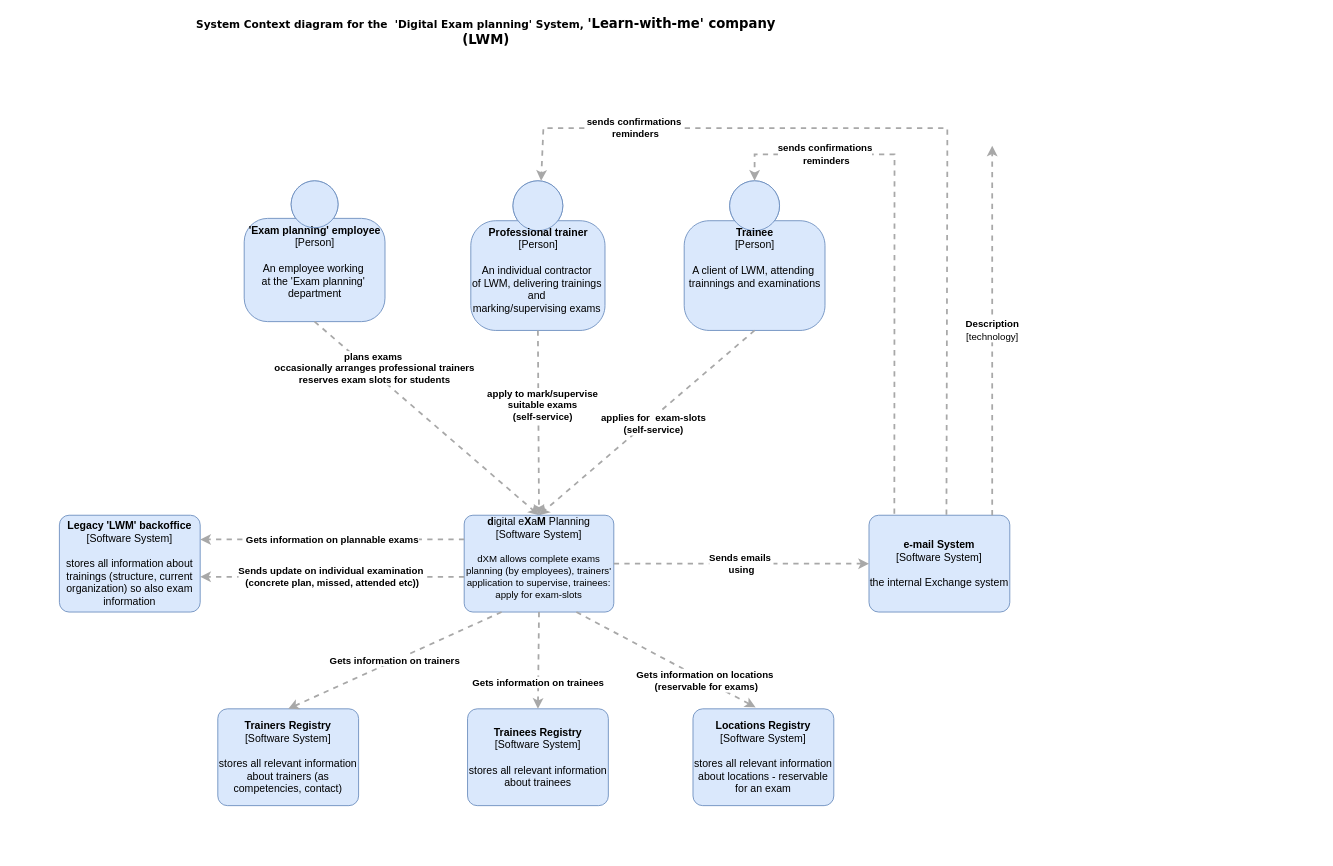
The draw.io diagram system-context-diagram-dxm.drawio in andreea-anastasescu/school-of-architecture, before the edit. Source tidied: cells renumbered, new cells numbered last; positions are measured from the earlier drawing's top-left corner, leaving out a move shared by most shapes. Both pictures are drawn from the tidied source at 88%, with x=0, y=0 at pixel (59, 22).
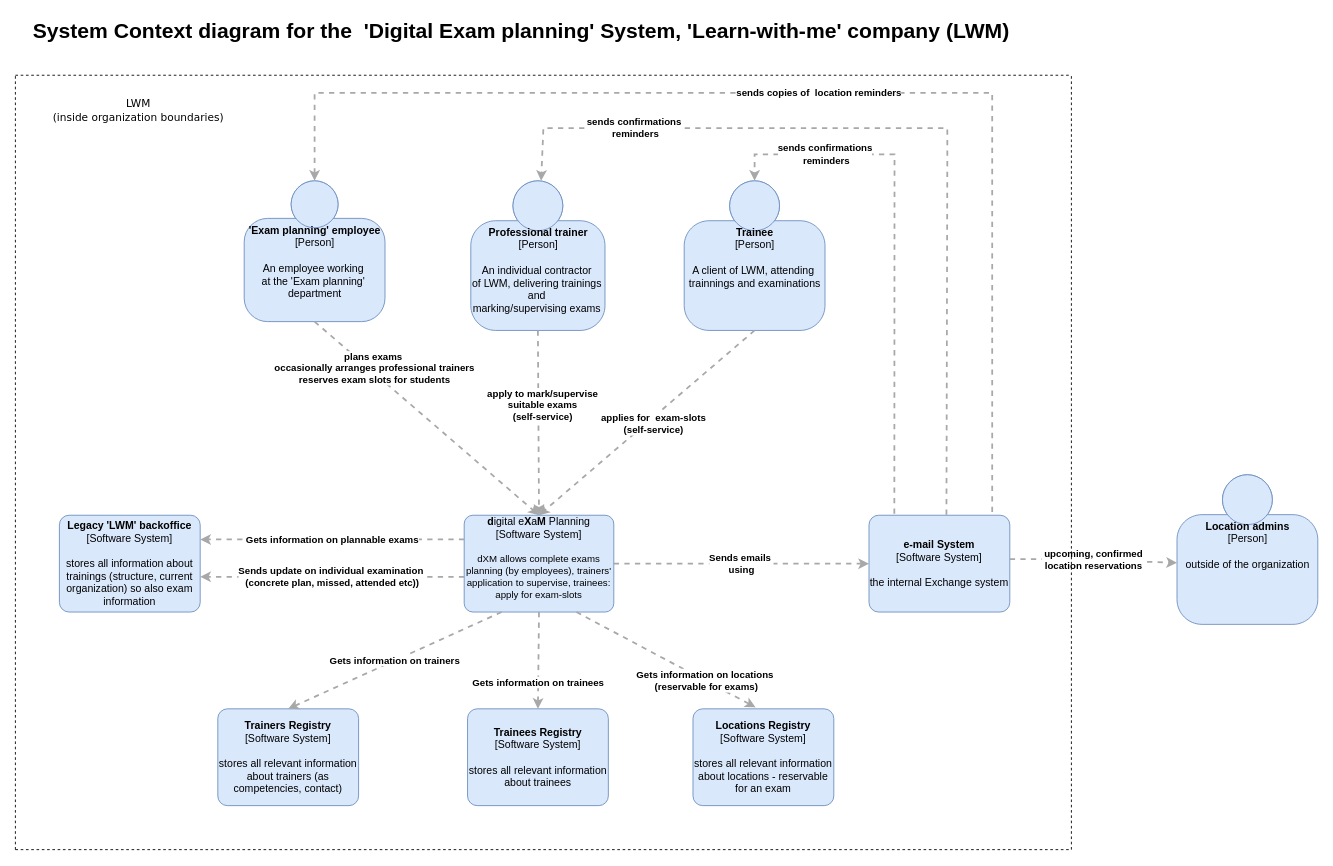
The same diagram, later.

Unchanged cells that the change refers to:
```xml
<mxCell id="2" value="&lt;b&gt;'Exam planning' employee&lt;/b&gt;&lt;div&gt;[Person]&lt;/div&gt;&lt;br&gt;&lt;div&gt;An employee working&amp;nbsp;&lt;/div&gt;&lt;div&gt;at the 'Exam planning'&amp;nbsp;&lt;/div&gt;&lt;div&gt;department&lt;/div&gt;" style="html=1;dashed=0;whitespace=wrap;fillColor=#DAE8FC;strokeColor=#6C8EBF;shape=mxgraph.c4.person;align=center;points=[[0.5,0,0],[1,0.5,0],[1,0.75,0],[0.75,1,0],[0.5,1,0],[0.25,1,0],[0,0.75,0],[0,0.5,0]];verticalAlign=top;" parent="1" vertex="1">
  <mxGeometry x="210" y="180" width="160" height="160" as="geometry" />
</mxCell>
<mxCell id="11" value="&lt;b&gt;e-mail System&lt;/b&gt;&lt;div&gt;[Software System]&lt;/div&gt;&lt;br&gt;&lt;div&gt;the internal Exchange system&lt;/div&gt;" style="rounded=1;whiteSpace=wrap;html=1;labelBackgroundColor=none;fillColor=#dae8fc;fontColor=#000000;align=center;arcSize=10;strokeColor=#6c8ebf;points=[[0.25,0,0],[0.5,0,0],[0.75,0,0],[1,0.25,0],[1,0.5,0],[1,0.75,0],[0.75,1,0],[0.5,1,0],[0.25,1,0],[0,0.75,0],[0,0.5,0],[0,0.25,0]];" parent="1" vertex="1">
  <mxGeometry x="920" y="560" width="160" height="110" as="geometry" />
</mxCell>
```

What changed in the source:
```diff
@@
-    <mxCell id="4" value="&lt;b&gt;System Context diagram for the&amp;nbsp; 'Digital Exam planning' System, &lt;font style=&quot;font-size: 15px&quot;&gt;'Learn-with-me' company (LWM)&lt;/font&gt;&lt;/b&gt;" style="text;html=1;strokeColor=none;fillColor=none;align=center;verticalAlign=middle;whiteSpace=wrap;rounded=0;fontFamily=Verdana;" parent="1" vertex="1">
-      <mxGeometry x="140" width="690" height="20" as="geometry" />
+    <mxCell id="4" value="&lt;b style=&quot;font-size: 24px&quot;&gt;&lt;font face=&quot;Helvetica&quot; style=&quot;font-size: 24px&quot;&gt;System Context diagram for the&amp;nbsp; 'Digital Exam planning' System, &lt;font style=&quot;font-size: 24px&quot;&gt;'Learn-with-me' company (LWM)&lt;/font&gt;&lt;/font&gt;&lt;/b&gt;" style="text;html=1;strokeColor=none;fillColor=none;align=center;verticalAlign=middle;whiteSpace=wrap;rounded=0;fontFamily=Verdana;" parent="1" vertex="1">
+      <mxGeometry x="-40" width="1130" height="20" as="geometry" />
     </mxCell>
@@
-    <mxCell id="23" value="&lt;div style=&quot;text-align: left&quot;&gt;&lt;div style=&quot;text-align: center&quot;&gt;&lt;b&gt;Description&lt;/b&gt;&lt;/div&gt;&lt;div style=&quot;text-align: center&quot;&gt;[technology]&lt;/div&gt;&lt;/div&gt;" style="edgeStyle=none;rounded=0;html=1;jettySize=auto;orthogonalLoop=1;strokeColor=#A8A8A8;strokeWidth=2;fontColor=#000000;jumpStyle=none;dashed=1;" parent="1" edge="1">
+    <mxCell id="23" value="&lt;div style=&quot;text-align: left&quot;&gt;&lt;div style=&quot;text-align: center&quot;&gt;&lt;b&gt;sends copies of&amp;nbsp; location reminders&lt;/b&gt;&lt;/div&gt;&lt;/div&gt;" style="edgeStyle=none;rounded=0;html=1;jettySize=auto;strokeColor=#A8A8A8;strokeWidth=2;fontColor=#000000;jumpStyle=none;dashed=1;exitX=0.875;exitY=-0.033;exitDx=0;exitDy=0;exitPerimeter=0;entryX=0.5;entryY=0;entryDx=0;entryDy=0;entryPerimeter=0;" parent="1" edge="1" source="11" target="2">
       <mxGeometry relative="1" as="geometry">
-        <mxPoint x="1060" y="560" as="sourcePoint" />
-        <mxPoint x="1060" y="140" as="targetPoint" />
+        <Array as="points">
+          <mxPoint x="1060" y="80" />
+          <mxPoint x="290" y="80" />
+        </Array>
       </mxGeometry>
     </mxCell>
+    <mxCell id="24" value="&lt;div&gt;&lt;b&gt;Location admins&lt;/b&gt;&lt;/div&gt;&lt;div&gt;[Person]&lt;/div&gt;&lt;div&gt;&lt;br&gt;&lt;/div&gt;&lt;div&gt;outside of the organization&lt;/div&gt;" style="html=1;dashed=0;whitespace=wrap;fillColor=#DAE8FC;strokeColor=#6C8EBF;shape=mxgraph.c4.person;align=center;points=[[0.5,0,0],[1,0.5,0],[1,0.75,0],[0.75,1,0],[0.5,1,0],[0.25,1,0],[0,0.75,0],[0,0.5,0]];verticalAlign=top;" parent="1" vertex="1">
+      <mxGeometry x="1270" y="514" width="160" height="170" as="geometry" />
+    </mxCell>
+    <mxCell id="25" value="&lt;div style=&quot;text-align: left&quot;&gt;&lt;div style=&quot;text-align: center&quot;&gt;&lt;b&gt;upcoming, confirmed&lt;/b&gt;&lt;/div&gt;&lt;div style=&quot;text-align: center&quot;&gt;&lt;b&gt;&amp;nbsp;location reservations&amp;nbsp;&lt;/b&gt;&lt;/div&gt;&lt;/div&gt;" style="edgeStyle=none;rounded=0;html=1;jettySize=auto;strokeColor=#A8A8A8;strokeWidth=2;fontColor=#000000;jumpStyle=none;dashed=1;entryX=0;entryY=0.588;entryDx=0;entryDy=0;entryPerimeter=0;" parent="1" edge="1" target="24">
+      <mxGeometry relative="1" as="geometry">
+        <mxPoint x="1080" y="610" as="sourcePoint" />
+        <Array as="points">
+          <mxPoint x="1140" y="610" />
+        </Array>
+      </mxGeometry>
+    </mxCell>
+    <mxCell id="26" style="endArrow=none;dashed=1;html=1;fontFamily=Verdana;" parent="1" edge="1">
+      <mxGeometry relative="1" as="geometry">
+        <mxPoint x="-50" y="940" as="sourcePoint" />
+        <mxPoint x="-50" y="60" as="targetPoint" />
+      </mxGeometry>
+    </mxCell>
+    <mxCell id="27" style="endArrow=none;dashed=1;html=1;fontFamily=Verdana;" parent="1" edge="1">
+      <mxGeometry relative="1" as="geometry">
+        <mxPoint x="-50" y="60" as="sourcePoint" />
+        <mxPoint x="1150" y="60" as="targetPoint" />
+      </mxGeometry>
+    </mxCell>
+    <mxCell id="28" style="endArrow=none;dashed=1;html=1;fontFamily=Verdana;" parent="1" edge="1">
+      <mxGeometry relative="1" as="geometry">
+        <mxPoint x="-50" y="940" as="sourcePoint" />
+        <mxPoint x="1150" y="940" as="targetPoint" />
+      </mxGeometry>
+    </mxCell>
+    <mxCell id="29" style="endArrow=none;dashed=1;html=1;fontFamily=Verdana;" parent="1" edge="1">
+      <mxGeometry relative="1" as="geometry">
+        <mxPoint x="1150" y="940" as="sourcePoint" />
+        <mxPoint x="1150" y="60" as="targetPoint" />
+      </mxGeometry>
+    </mxCell>
+    <mxCell id="30" value="LWM&lt;br&gt;(inside organization boundaries)" style="text;html=1;strokeColor=none;fillColor=none;align=center;verticalAlign=middle;whiteSpace=wrap;rounded=0;fontFamily=Verdana;" parent="1" vertex="1">
+      <mxGeometry x="-30" y="90" width="240" height="20" as="geometry" />
+    </mxCell>
```
